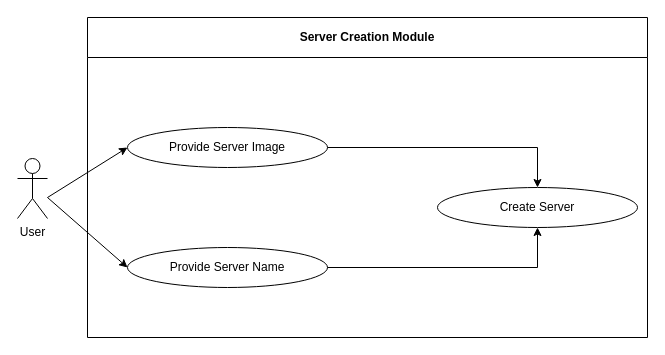
The draw.io diagram Server Creation Module.drawio in Harshul1484/BMP-, before the edit. Source tidied: cells renumbered, new cells numbered last; positions are measured from the earlier drawing's top-left corner, leaving out a move shared by most shapes. Both pictures are drawn from the tidied source at 100%, with x=0, y=0 at pixel (17, 17).
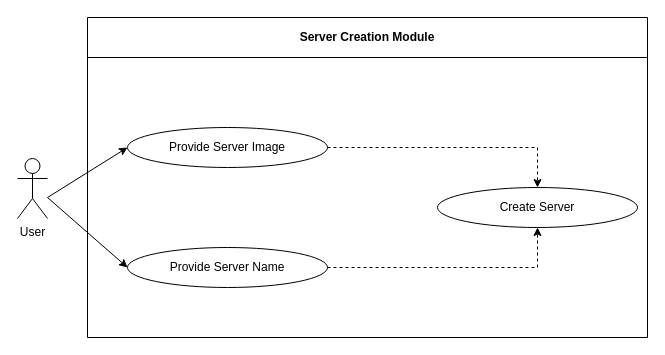
Above is the later version.

Diff of the diagram source:
```diff
@@
 <mxGraphModel>
   <root>
     <mxCell id="0" />
     <mxCell id="1" parent="0" />
     <mxCell id="2" value="Server Creation Module" style="swimlane;whiteSpace=wrap;html=1;startSize=40;" parent="1" vertex="1">
       <mxGeometry x="70" width="560" height="320" as="geometry" />
     </mxCell>
     <mxCell id="3" value="Provide Server Name" style="ellipse;whiteSpace=wrap;html=1;" parent="2" vertex="1">
       <mxGeometry x="40" y="230" width="200" height="40" as="geometry" />
     </mxCell>
     <mxCell id="4" value="Provide Server Image" style="ellipse;whiteSpace=wrap;html=1;" parent="2" vertex="1">
       <mxGeometry x="40" y="110" width="200" height="40" as="geometry" />
     </mxCell>
     <mxCell id="5" value="Create Server" style="ellipse;whiteSpace=wrap;html=1;" parent="2" vertex="1">
       <mxGeometry x="350" y="170" width="200" height="40" as="geometry" />
     </mxCell>
-    <mxCell id="6" style="edgeStyle=none;jettySize=auto;html=1;rounded=0;exitX=1;exitY=0.5;exitDx=0;exitDy=0;entryX=0.5;entryY=0;entryDx=0;entryDy=0;" parent="2" edge="1" source="4" target="5">
+    <mxCell id="6" style="edgeStyle=none;jettySize=auto;html=1;rounded=0;exitX=1;exitY=0.5;exitDx=0;exitDy=0;entryX=0.5;entryY=0;entryDx=0;entryDy=0;dashed=1;" parent="2" edge="1" source="4" target="5">
       <mxGeometry relative="1" as="geometry">
         <Array as="points">
           <mxPoint x="450" y="130" />
         </Array>
       </mxGeometry>
     </mxCell>
-    <mxCell id="7" style="edgeStyle=none;jettySize=auto;html=1;rounded=0;exitX=1;exitY=0.5;exitDx=0;exitDy=0;entryX=0.5;entryY=1;entryDx=0;entryDy=0;" parent="2" edge="1" source="3" target="5">
+    <mxCell id="7" style="edgeStyle=none;jettySize=auto;html=1;rounded=0;exitX=1;exitY=0.5;exitDx=0;exitDy=0;entryX=0.5;entryY=1;entryDx=0;entryDy=0;dashed=1;" parent="2" edge="1" source="3" target="5">
       <mxGeometry relative="1" as="geometry">
         <Array as="points">
           <mxPoint x="450" y="250" />
         </Array>
       </mxGeometry>
     </mxCell>
     <mxCell id="8" style="endArrow=classic;html=1;rounded=0;entryX=0;entryY=0.5;entryDx=0;entryDy=0;" parent="1" edge="1" target="4">
       <mxGeometry relative="1" as="geometry">
         <mxPoint x="30" y="180" as="sourcePoint" />
       </mxGeometry>
     </mxCell>
     <mxCell id="9" style="endArrow=classic;html=1;rounded=0;entryX=0;entryY=0.5;entryDx=0;entryDy=0;" parent="1" edge="1" target="3">
       <mxGeometry relative="1" as="geometry">
         <mxPoint x="30" y="180" as="sourcePoint" />
       </mxGeometry>
     </mxCell>
     <mxCell id="10" value="User" style="shape=umlActor;verticalLabelPosition=bottom;verticalAlign=top;html=1;" parent="1" vertex="1">
       <mxGeometry y="141" width="30" height="60" as="geometry" />
     </mxCell>
   </root>
 </mxGraphModel>
```
